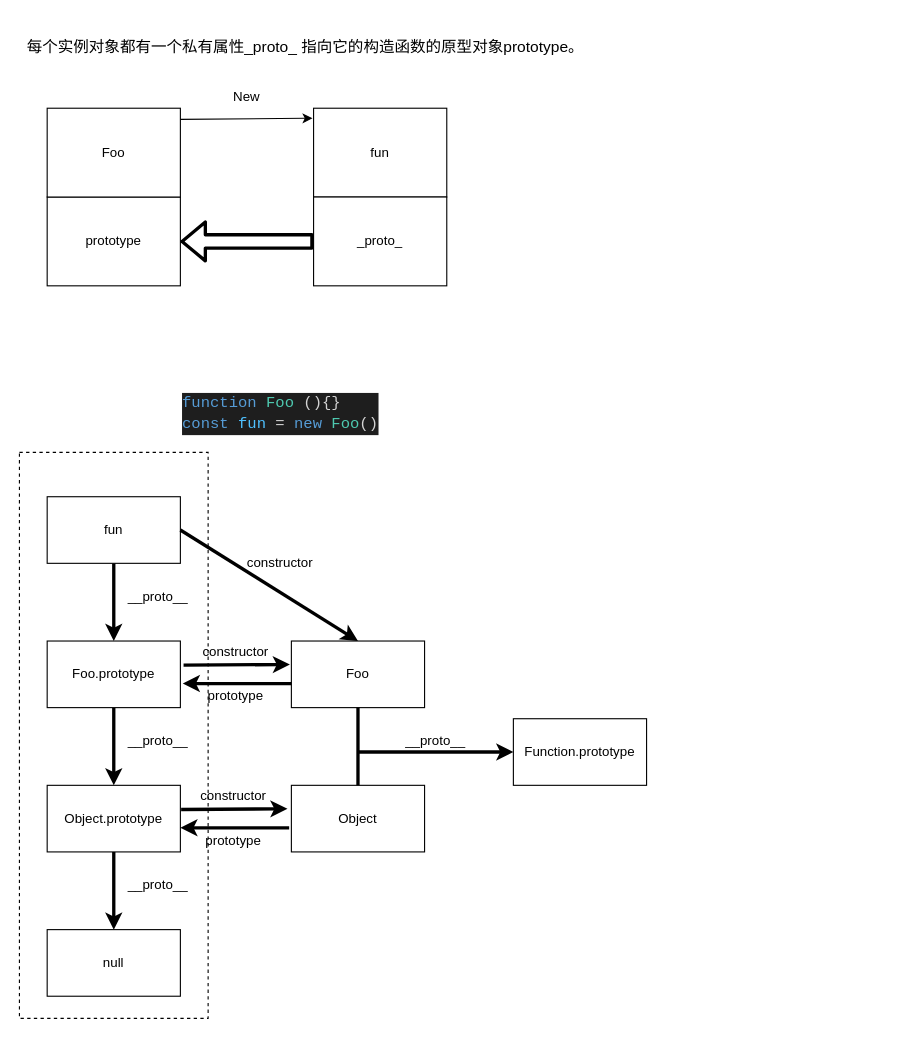
Above: src/OOPdemo/Untitled Diagram.drawio in YmdHis/coding (draw.io), before the change. Source tidied: cells renumbered, new cells numbered last; positions are measured from the earlier drawing's top-left corner, leaving out a move shared by most shapes. Both pictures are drawn from the tidied source at 111%, with x=0, y=0 at pixel (19, 19).
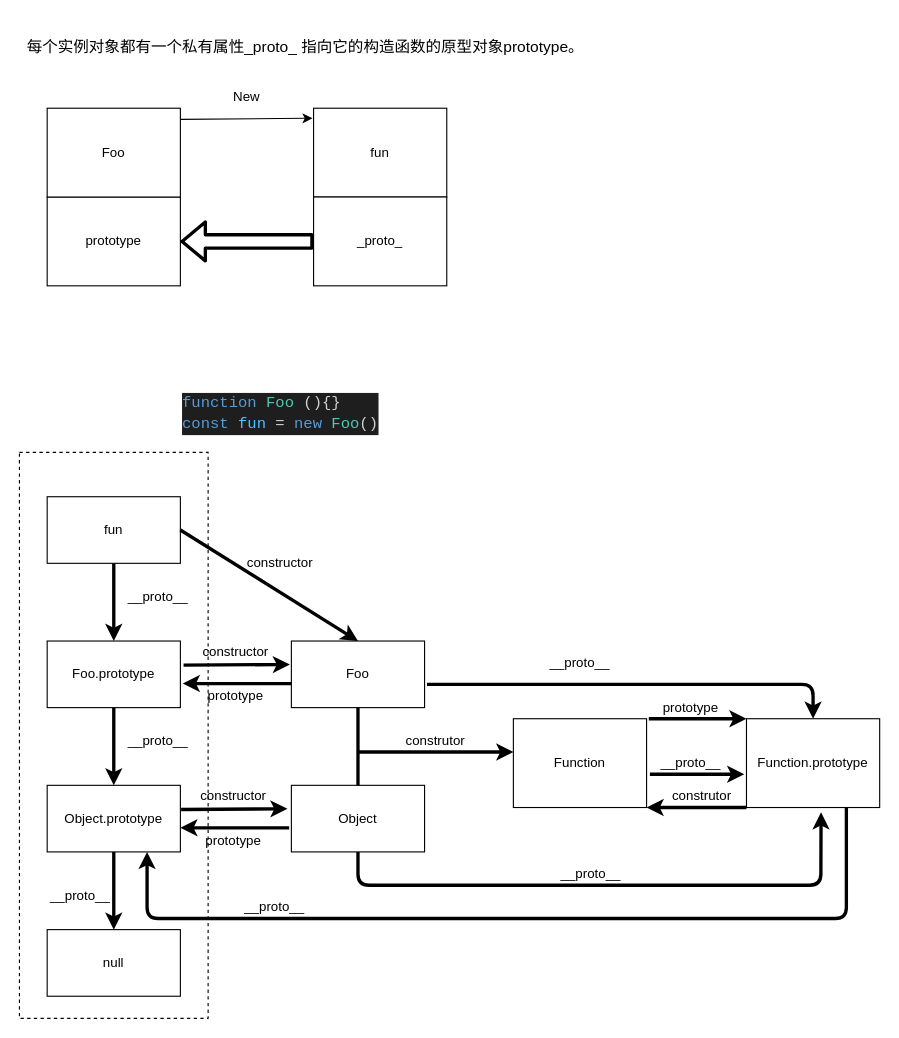
The same page after the edit.

Unchanged cells that the change refers to:
```xml
<mxCell id="18" value="Object.prototype" style="rounded=0;whiteSpace=wrap;html=1;align=center;" parent="1" vertex="1">
  <mxGeometry x="25" y="690" width="120" height="60" as="geometry" />
</mxCell>
<mxCell id="22" value="Foo" style="rounded=0;whiteSpace=wrap;html=1;align=center;" parent="1" vertex="1">
  <mxGeometry x="245" y="560" width="120" height="60" as="geometry" />
</mxCell>
<mxCell id="27" value="Object" style="rounded=0;whiteSpace=wrap;html=1;align=center;" parent="1" vertex="1">
  <mxGeometry x="245" y="690" width="120" height="60" as="geometry" />
</mxCell>
```

What changed in the source:
```diff
@@
-    <mxCell id="21" value="__proto__" style="text;html=1;strokeColor=none;fillColor=none;align=center;verticalAlign=middle;whiteSpace=wrap;rounded=0;" parent="1" vertex="1">
-      <mxGeometry x="105" y="770" width="40" height="20" as="geometry" />
-    </mxCell>
@@
-    <mxCell id="36" value="Function.prototype" style="rounded=0;whiteSpace=wrap;html=1;align=center;" parent="1" vertex="1">
-      <mxGeometry x="445" y="630" width="120" height="60" as="geometry" />
+    <mxCell id="36" value="Function" style="rounded=0;whiteSpace=wrap;html=1;align=center;" parent="1" vertex="1">
+      <mxGeometry x="445" y="630" width="120" height="80" as="geometry" />
     </mxCell>
-    <mxCell id="37" value="__proto__" style="text;html=1;strokeColor=none;fillColor=none;align=center;verticalAlign=middle;whiteSpace=wrap;rounded=0;" parent="1" vertex="1">
+    <mxCell id="37" value="construtor" style="text;html=1;strokeColor=none;fillColor=none;align=center;verticalAlign=middle;whiteSpace=wrap;rounded=0;" parent="1" vertex="1">
       <mxGeometry x="355" y="640" width="40" height="20" as="geometry" />
     </mxCell>
+    <mxCell id="38" value="Function.prototype" style="rounded=0;whiteSpace=wrap;html=1;align=center;" parent="1" vertex="1">
+      <mxGeometry x="655" y="630" width="120" height="80" as="geometry" />
+    </mxCell>
+    <mxCell id="39" style="endArrow=classic;html=1;strokeWidth=3;entryX=0.56;entryY=1.053;entryDx=0;entryDy=0;entryPerimeter=0;exitX=0.5;exitY=1;exitDx=0;exitDy=0;" parent="1" edge="1" source="27" target="38">
+      <mxGeometry relative="1" as="geometry">
+        <Array as="points">
+          <mxPoint x="305" y="780" />
+          <mxPoint x="722" y="780" />
+        </Array>
+      </mxGeometry>
+    </mxCell>
+    <mxCell id="40" style="endArrow=classic;html=1;strokeWidth=3;exitX=1.018;exitY=0.65;exitDx=0;exitDy=0;exitPerimeter=0;entryX=0.5;entryY=0;entryDx=0;entryDy=0;" parent="1" edge="1" source="22" target="38">
+      <mxGeometry relative="1" as="geometry">
+        <Array as="points">
+          <mxPoint x="715" y="599" />
+        </Array>
+      </mxGeometry>
+    </mxCell>
+    <mxCell id="41" value="__proto__" style="text;html=1;strokeColor=none;fillColor=none;align=center;verticalAlign=middle;whiteSpace=wrap;rounded=0;" parent="1" vertex="1">
+      <mxGeometry x="485" y="570" width="40" height="20" as="geometry" />
+    </mxCell>
+    <mxCell id="42" value="__proto__" style="text;html=1;strokeColor=none;fillColor=none;align=center;verticalAlign=middle;whiteSpace=wrap;rounded=0;" parent="1" vertex="1">
+      <mxGeometry x="495" y="760" width="40" height="20" as="geometry" />
+    </mxCell>
+    <mxCell id="43" value="__proto__" style="text;html=1;strokeColor=none;fillColor=none;align=center;verticalAlign=middle;whiteSpace=wrap;rounded=0;" parent="1" vertex="1">
+      <mxGeometry x="35" y="780" width="40" height="20" as="geometry" />
+    </mxCell>
+    <mxCell id="44" style="endArrow=classic;html=1;strokeWidth=3;exitX=0.75;exitY=1;exitDx=0;exitDy=0;entryX=0.75;entryY=1;entryDx=0;entryDy=0;" parent="1" edge="1" source="38" target="18">
+      <mxGeometry relative="1" as="geometry">
+        <Array as="points">
+          <mxPoint x="745" y="810" />
+          <mxPoint x="115" y="810" />
+          <mxPoint x="115" y="760" />
+        </Array>
+      </mxGeometry>
+    </mxCell>
+    <mxCell id="45" value="__proto__" style="text;html=1;strokeColor=none;fillColor=none;align=center;verticalAlign=middle;whiteSpace=wrap;rounded=0;" parent="1" vertex="1">
+      <mxGeometry x="210" y="790" width="40" height="20" as="geometry" />
+    </mxCell>
+    <mxCell id="46" style="endArrow=classic;html=1;strokeWidth=3;entryX=0;entryY=0;entryDx=0;entryDy=0;" parent="1" edge="1" target="38">
+      <mxGeometry relative="1" as="geometry">
+        <mxPoint x="567" y="630" as="sourcePoint" />
+      </mxGeometry>
+    </mxCell>
+    <mxCell id="47" value="prototype" style="text;html=1;strokeColor=none;fillColor=none;align=center;verticalAlign=middle;whiteSpace=wrap;rounded=0;" parent="1" vertex="1">
+      <mxGeometry x="585" y="610" width="40" height="20" as="geometry" />
+    </mxCell>
+    <mxCell id="48" style="endArrow=classic;html=1;strokeWidth=3;exitX=0;exitY=1;exitDx=0;exitDy=0;entryX=1;entryY=1;entryDx=0;entryDy=0;" parent="1" edge="1" source="38" target="36">
+      <mxGeometry relative="1" as="geometry" />
+    </mxCell>
+    <mxCell id="49" style="endArrow=classic;html=1;strokeWidth=3;" parent="1" edge="1">
+      <mxGeometry relative="1" as="geometry">
+        <mxPoint x="568" y="680" as="sourcePoint" />
+        <mxPoint x="653" y="680" as="targetPoint" />
+      </mxGeometry>
+    </mxCell>
+    <mxCell id="50" value="construtor" style="text;html=1;strokeColor=none;fillColor=none;align=center;verticalAlign=middle;whiteSpace=wrap;rounded=0;" parent="1" vertex="1">
+      <mxGeometry x="595" y="690" width="40" height="20" as="geometry" />
+    </mxCell>
+    <mxCell id="51" value="__proto__" style="text;html=1;strokeColor=none;fillColor=none;align=center;verticalAlign=middle;whiteSpace=wrap;rounded=0;" parent="1" vertex="1">
+      <mxGeometry x="585" y="660" width="40" height="20" as="geometry" />
+    </mxCell>
```
